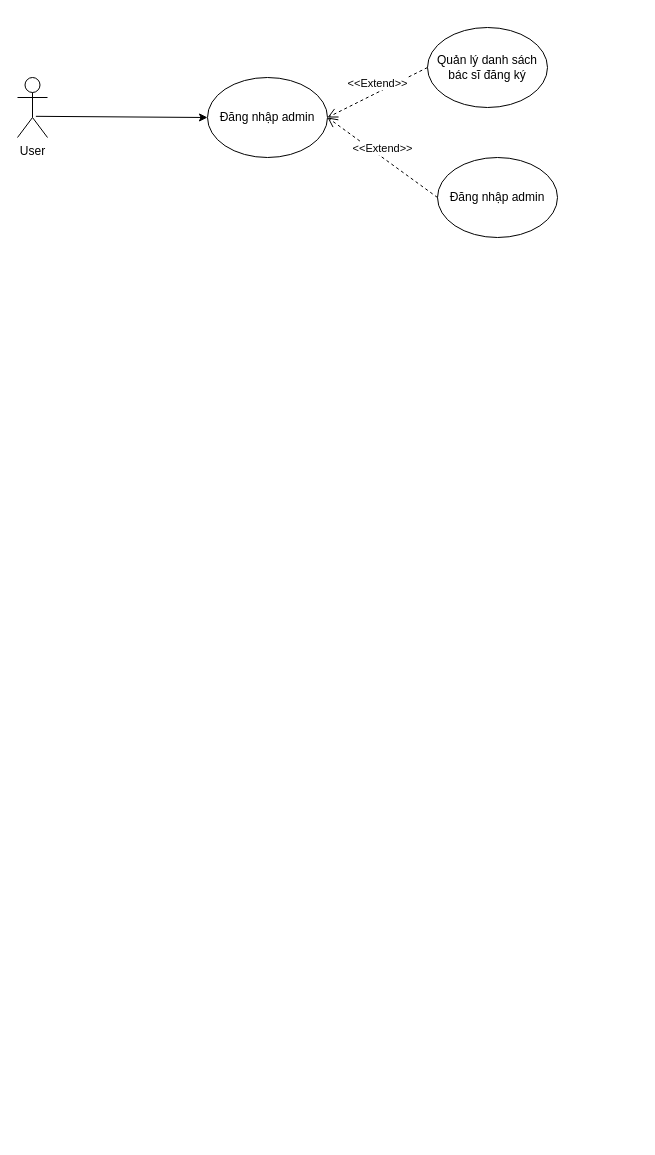
This is Biểu đồ không có tiêu đề.drawio from xudixy/BLOCKCHAIN, a draw.io file, before an edit. Source tidied: cells renumbered, new cells numbered last; positions are measured from the earlier drawing's top-left corner, leaving out a move shared by most shapes. Both pictures are drawn from the tidied source at 100%, with x=0, y=0 at pixel (17, 27).
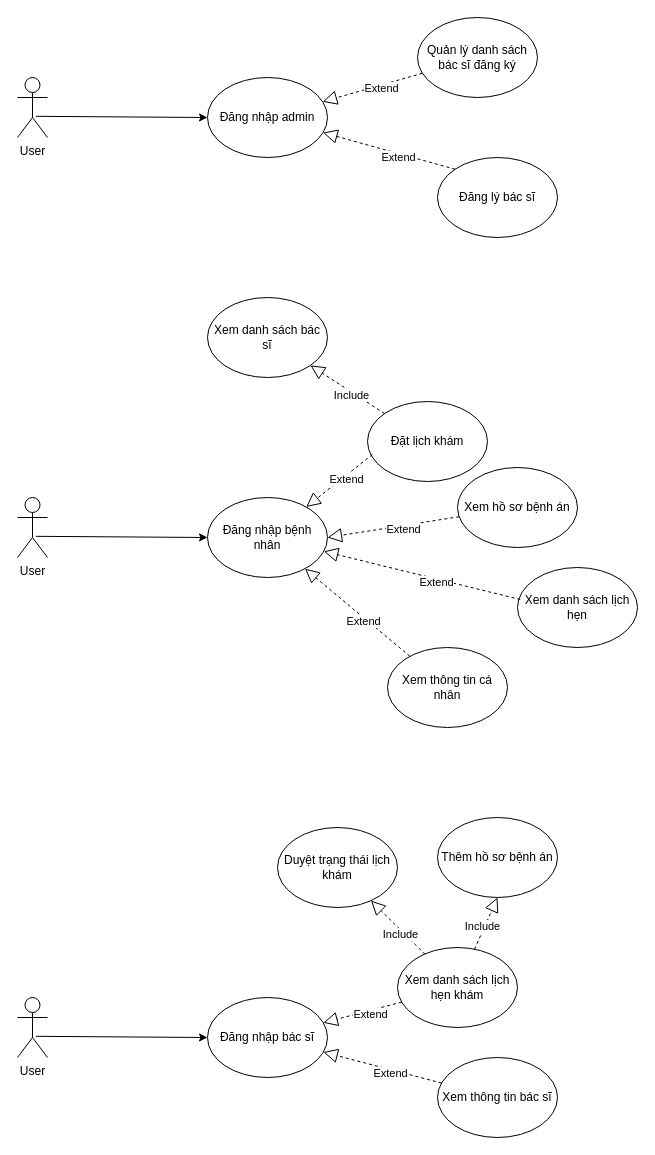
The same page after the edit.

Unchanged cells that the change refers to:
```xml
<mxCell id="3" value="Đăng nhập admin" style="ellipse;whiteSpace=wrap;html=1;" parent="1" vertex="1">
  <mxGeometry x="190" y="50" width="120" height="80" as="geometry" />
</mxCell>
```

Diff of the diagram source:
```diff
@@
-    <mxCell id="5" value="Đăng nhập admin" style="ellipse;whiteSpace=wrap;html=1;" parent="1" vertex="1">
+    <mxCell id="5" value="Đăng lý bác sĩ" style="ellipse;whiteSpace=wrap;html=1;" parent="1" vertex="1">
       <mxGeometry x="420" y="130" width="120" height="80" as="geometry" />
     </mxCell>
     <mxCell id="6" value="Quản lý danh sách bác sĩ đăng ký" style="ellipse;whiteSpace=wrap;html=1;" parent="1" vertex="1">
-      <mxGeometry x="410" width="120" height="80" as="geometry" />
+      <mxGeometry x="400" y="-10" width="120" height="80" as="geometry" />
     </mxCell>
+    <mxCell id="9" value="User" style="shape=umlActor;verticalLabelPosition=bottom;verticalAlign=top;html=1;" parent="1" vertex="1">
+      <mxGeometry y="470" width="30" height="60" as="geometry" />
+    </mxCell>
+    <mxCell id="10" value="Đăng nhập bệnh nhân" style="ellipse;whiteSpace=wrap;html=1;" parent="1" vertex="1">
+      <mxGeometry x="190" y="470" width="120" height="80" as="geometry" />
+    </mxCell>
+    <mxCell id="11" style="endArrow=classic;html=1;rounded=0;exitX=0.613;exitY=0.647;exitDx=0;exitDy=0;exitPerimeter=0;entryX=0;entryY=0.5;entryDx=0;entryDy=0;" parent="1" edge="1" source="9" target="10">
+      <mxGeometry relative="1" as="geometry" />
+    </mxCell>
+    <mxCell id="12" value="Xem danh sách lịch hẹn" style="ellipse;whiteSpace=wrap;html=1;" parent="1" vertex="1">
+      <mxGeometry x="500" y="540" width="120" height="80" as="geometry" />
+    </mxCell>
+    <mxCell id="13" value="Đặt lịch khám" style="ellipse;whiteSpace=wrap;html=1;" parent="1" vertex="1">
+      <mxGeometry x="350" y="374" width="120" height="80" as="geometry" />
+    </mxCell>
+    <mxCell id="14" value="Xem thông tin cá nhân" style="ellipse;whiteSpace=wrap;html=1;" parent="1" vertex="1">
+      <mxGeometry x="370" y="620" width="120" height="80" as="geometry" />
+    </mxCell>
+    <mxCell id="15" value="Xem danh sách bác sĩ" style="ellipse;whiteSpace=wrap;html=1;" parent="1" vertex="1">
+      <mxGeometry x="190" y="270" width="120" height="80" as="geometry" />
+    </mxCell>
+    <mxCell id="16" value="Xem hồ sơ bệnh án" style="ellipse;whiteSpace=wrap;html=1;" parent="1" vertex="1">
+      <mxGeometry x="440" y="440" width="120" height="80" as="geometry" />
+    </mxCell>
+    <mxCell id="17" value="User" style="shape=umlActor;verticalLabelPosition=bottom;verticalAlign=top;html=1;" parent="1" vertex="1">
+      <mxGeometry y="970" width="30" height="60" as="geometry" />
+    </mxCell>
+    <mxCell id="18" value="Đăng nhập bác sĩ" style="ellipse;whiteSpace=wrap;html=1;" parent="1" vertex="1">
+      <mxGeometry x="190" y="970" width="120" height="80" as="geometry" />
+    </mxCell>
+    <mxCell id="19" style="endArrow=classic;html=1;rounded=0;exitX=0.613;exitY=0.647;exitDx=0;exitDy=0;exitPerimeter=0;entryX=0;entryY=0.5;entryDx=0;entryDy=0;" parent="1" edge="1" source="17" target="18">
+      <mxGeometry relative="1" as="geometry" />
+    </mxCell>
+    <mxCell id="20" value="Xem danh sách lịch hẹn khám" style="ellipse;whiteSpace=wrap;html=1;" parent="1" vertex="1">
+      <mxGeometry x="380" y="920" width="120" height="80" as="geometry" />
+    </mxCell>
+    <mxCell id="21" value="Xem thông tin bác sĩ" style="ellipse;whiteSpace=wrap;html=1;" parent="1" vertex="1">
+      <mxGeometry x="420" y="1030" width="120" height="80" as="geometry" />
+    </mxCell>
-    <mxCell id="7" value="&amp;lt;&amp;lt;Extend&amp;gt;&amp;gt;" style="html=1;verticalAlign=bottom;endArrow=open;dashed=1;endSize=8;curved=0;rounded=0;exitX=0;exitY=0.5;exitDx=0;exitDy=0;entryX=1;entryY=0.5;entryDx=0;entryDy=0;" parent="1" edge="1" source="6" target="3">
+    <mxCell id="7" style="endArrow=block;dashed=1;endFill=0;endSize=12;html=1;rounded=0;" parent="1" edge="1" source="6" target="3">
       <mxGeometry relative="1" as="geometry" />
     </mxCell>
+    <mxCell id="22" value="Extend" style="edgeLabel;html=1;align=center;verticalAlign=middle;" parent="7" vertex="1">
+      <mxGeometry x="-0.15" y="3" relative="1" as="geometry" />
+    </mxCell>
+    <mxCell id="23" style="endArrow=block;dashed=1;endFill=0;endSize=12;html=1;rounded=0;exitX=0.041;exitY=0.663;exitDx=0;exitDy=0;exitPerimeter=0;" parent="1" edge="1" source="13" target="10">
+      <mxGeometry relative="1" as="geometry" />
+    </mxCell>
+    <mxCell id="24" value="Extend" style="edgeLabel;html=1;align=center;verticalAlign=middle;" parent="23" vertex="1">
+      <mxGeometry x="-0.15" y="3" relative="1" as="geometry" />
+    </mxCell>
-    <mxCell id="8" value="&amp;lt;&amp;lt;Extend&amp;gt;&amp;gt;" style="html=1;verticalAlign=bottom;endArrow=open;dashed=1;endSize=8;curved=0;rounded=0;exitX=0;exitY=0.5;exitDx=0;exitDy=0;entryX=1;entryY=0.5;entryDx=0;entryDy=0;" parent="1" edge="1" source="5" target="3">
+    <mxCell id="8" style="endArrow=block;dashed=1;endFill=0;endSize=12;html=1;rounded=0;exitX=0;exitY=0;exitDx=0;exitDy=0;" parent="1" edge="1" source="5" target="3">
       <mxGeometry relative="1" as="geometry" />
     </mxCell>
+    <mxCell id="25" value="Extend" style="edgeLabel;html=1;align=center;verticalAlign=middle;" parent="8" vertex="1">
+      <mxGeometry x="-0.15" y="3" relative="1" as="geometry" />
+    </mxCell>
+    <mxCell id="26" style="endArrow=block;dashed=1;endFill=0;endSize=12;html=1;rounded=0;" parent="1" edge="1" source="13" target="15">
+      <mxGeometry relative="1" as="geometry" />
+    </mxCell>
+    <mxCell id="27" value="Include" style="edgeLabel;html=1;align=center;verticalAlign=middle;" parent="26" vertex="1">
+      <mxGeometry x="-0.15" y="3" relative="1" as="geometry" />
+    </mxCell>
+    <mxCell id="28" style="endArrow=block;dashed=1;endFill=0;endSize=12;html=1;rounded=0;entryX=1;entryY=0.5;entryDx=0;entryDy=0;" parent="1" edge="1" source="16" target="10">
+      <mxGeometry relative="1" as="geometry" />
+    </mxCell>
+    <mxCell id="29" value="Extend" style="edgeLabel;html=1;align=center;verticalAlign=middle;" parent="28" vertex="1">
+      <mxGeometry x="-0.15" y="3" relative="1" as="geometry" />
+    </mxCell>
+    <mxCell id="30" style="endArrow=block;dashed=1;endFill=0;endSize=12;html=1;rounded=0;exitX=0.023;exitY=0.4;exitDx=0;exitDy=0;exitPerimeter=0;" parent="1" edge="1" source="12" target="10">
+      <mxGeometry relative="1" as="geometry" />
+    </mxCell>
+    <mxCell id="31" value="Extend" style="edgeLabel;html=1;align=center;verticalAlign=middle;" parent="30" vertex="1">
+      <mxGeometry x="-0.15" y="3" relative="1" as="geometry" />
+    </mxCell>
+    <mxCell id="32" style="endArrow=block;dashed=1;endFill=0;endSize=12;html=1;rounded=0;" parent="1" edge="1" source="14" target="10">
+      <mxGeometry relative="1" as="geometry" />
+    </mxCell>
+    <mxCell id="33" value="Extend" style="edgeLabel;html=1;align=center;verticalAlign=middle;" parent="32" vertex="1">
+      <mxGeometry x="-0.15" y="3" relative="1" as="geometry" />
+    </mxCell>
+    <mxCell id="34" style="endArrow=block;dashed=1;endFill=0;endSize=12;html=1;rounded=0;" parent="1" edge="1" source="20" target="18">
+      <mxGeometry relative="1" as="geometry" />
+    </mxCell>
+    <mxCell id="35" value="Extend" style="edgeLabel;html=1;align=center;verticalAlign=middle;" parent="34" vertex="1">
+      <mxGeometry x="-0.15" y="3" relative="1" as="geometry" />
+    </mxCell>
+    <mxCell id="36" style="endArrow=block;dashed=1;endFill=0;endSize=12;html=1;rounded=0;" parent="1" edge="1" source="21" target="18">
+      <mxGeometry relative="1" as="geometry" />
+    </mxCell>
+    <mxCell id="37" value="Extend" style="edgeLabel;html=1;align=center;verticalAlign=middle;" parent="36" vertex="1">
+      <mxGeometry x="-0.15" y="3" relative="1" as="geometry" />
+    </mxCell>
+    <mxCell id="38" style="endArrow=block;dashed=1;endFill=0;endSize=12;html=1;rounded=0;exitX=0.23;exitY=0.085;exitDx=0;exitDy=0;exitPerimeter=0;" parent="1" edge="1" source="20" target="40">
+      <mxGeometry relative="1" as="geometry" />
+    </mxCell>
+    <mxCell id="39" value="Include" style="edgeLabel;html=1;align=center;verticalAlign=middle;" parent="38" vertex="1">
+      <mxGeometry x="-0.15" y="3" relative="1" as="geometry" />
+    </mxCell>
+    <mxCell id="40" value="Duyệt trạng thái lịch khám" style="ellipse;whiteSpace=wrap;html=1;" parent="1" vertex="1">
+      <mxGeometry x="260" y="800" width="120" height="80" as="geometry" />
+    </mxCell>
+    <mxCell id="41" value="Thêm hồ sơ bệnh án" style="ellipse;whiteSpace=wrap;html=1;" parent="1" vertex="1">
+      <mxGeometry x="420" y="790" width="120" height="80" as="geometry" />
+    </mxCell>
+    <mxCell id="42" style="endArrow=block;dashed=1;endFill=0;endSize=12;html=1;rounded=0;entryX=0.5;entryY=1;entryDx=0;entryDy=0;" parent="1" edge="1" source="20" target="41">
+      <mxGeometry relative="1" as="geometry" />
+    </mxCell>
+    <mxCell id="43" value="Include" style="edgeLabel;html=1;align=center;verticalAlign=middle;" parent="42" vertex="1">
+      <mxGeometry x="-0.15" y="3" relative="1" as="geometry" />
+    </mxCell>
```
